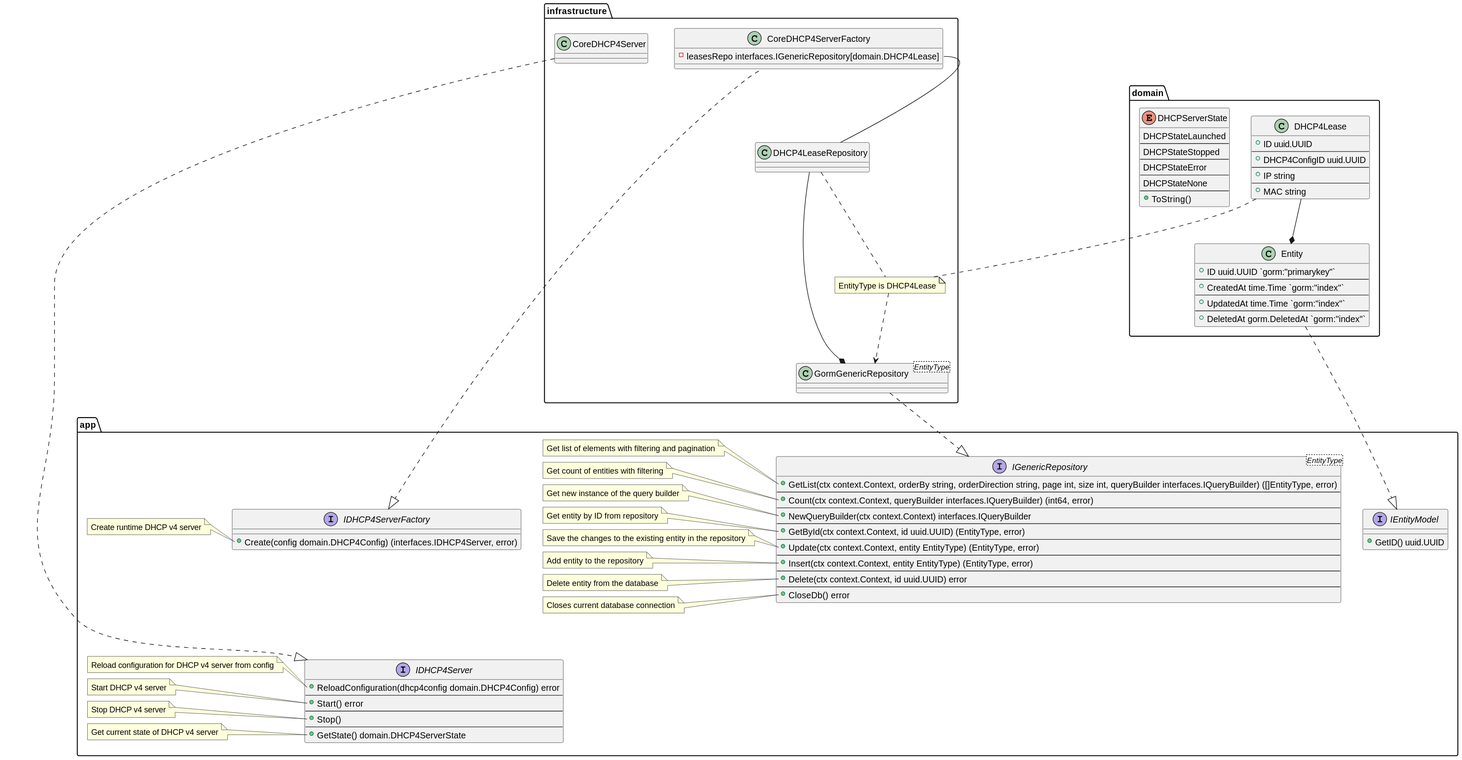
Earlier version of the PlantUML export docs/plantuml/factories/CoreDHCP4ServerFactory.svg (lf-edge/rol).
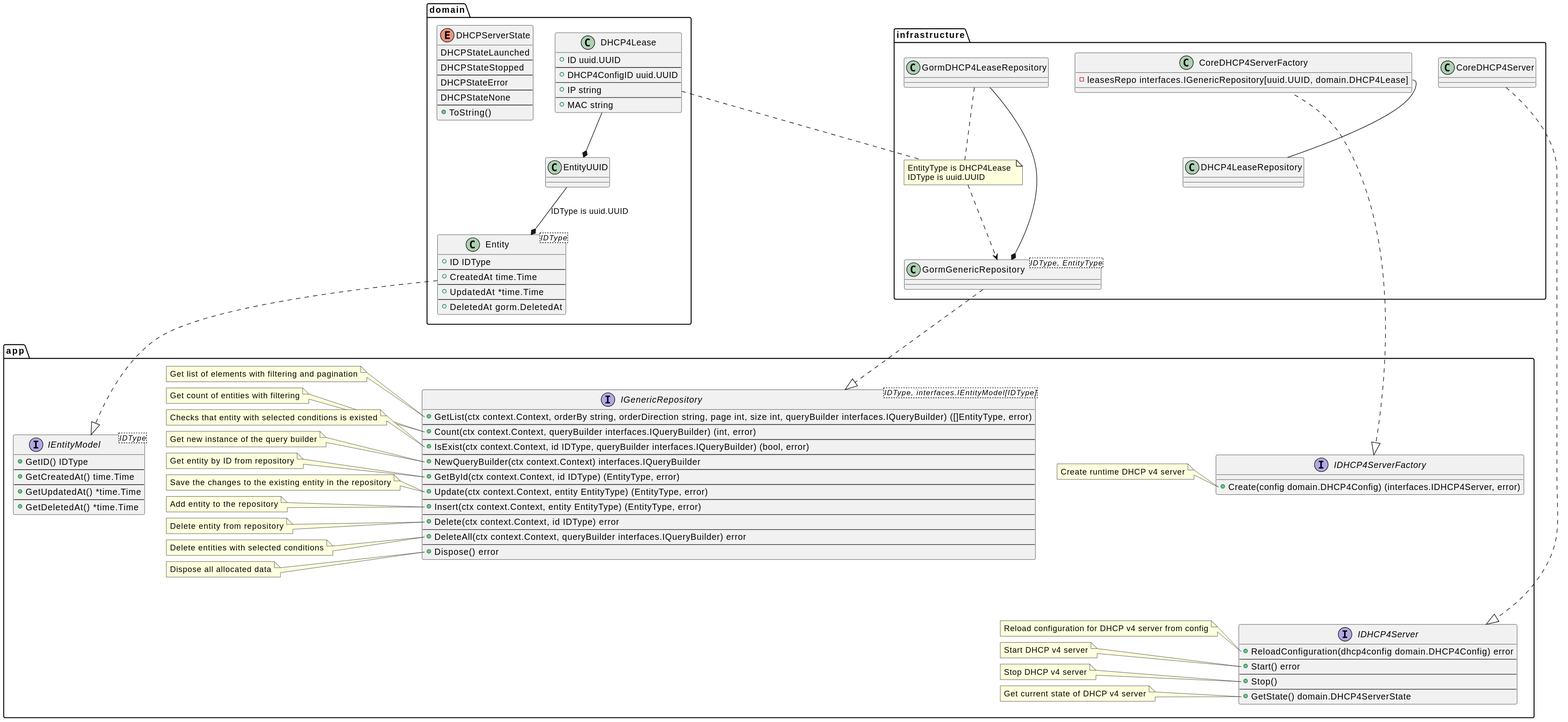
After the change.

Change to the diagram source:
```diff
@@ -1,6 +1,6 @@
 @startuml
 
-!include ../repositories/DHCP4LeaseRepository.puml
+!include ../repositories/GormDHCP4LeaseRepository.puml
 !include ../interfaces/IDHCP4ServerFactory.puml
 !include ../interfaces/IDHCP4Server.puml
 
@@ -10,7 +10,7 @@
     CoreDHCP4Server .down.|> IDHCP4Server
 
     class CoreDHCP4ServerFactory {
-        -leasesRepo interfaces.IGenericRepository[domain.DHCP4Lease]
+        -leasesRepo interfaces.IGenericRepository[uuid.UUID, domain.DHCP4Lease]
     }
     CoreDHCP4ServerFactory::leasesRepo -- DHCP4LeaseRepository
     CoreDHCP4ServerFactory .down.|> IDHCP4ServerFactory
```
